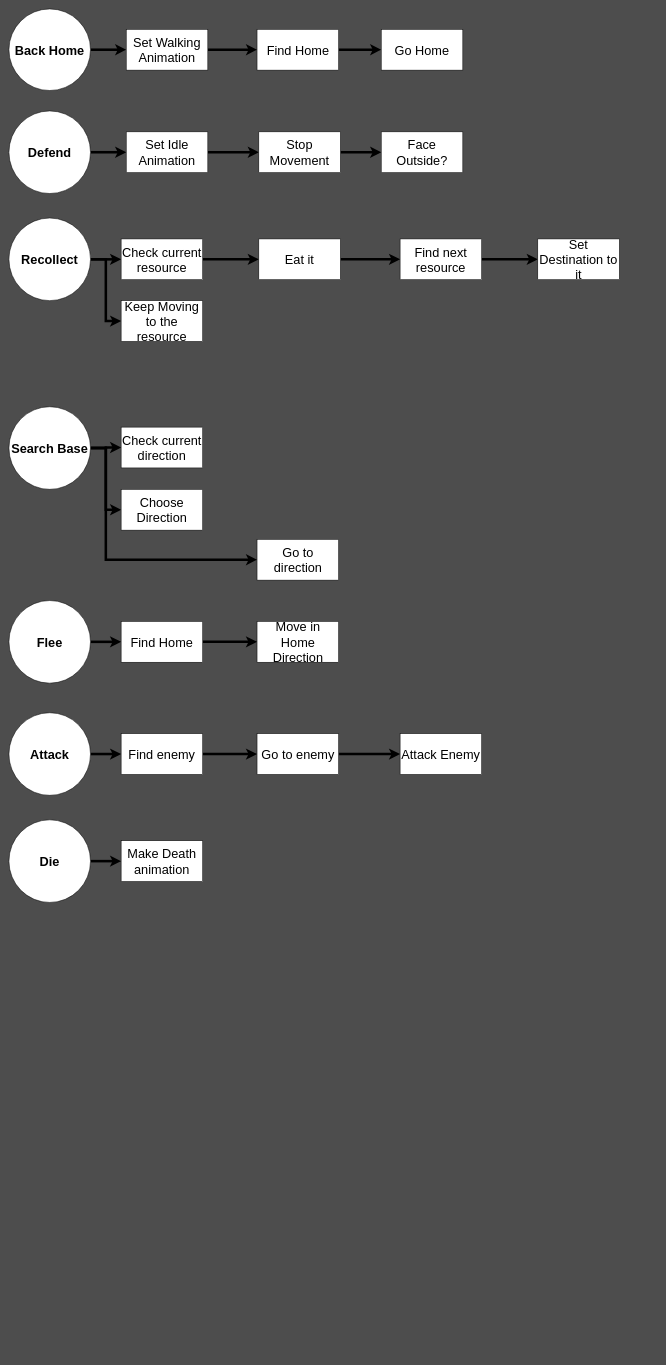
The draw.io diagram page "Actions" (3 of 5) of Design/Ant.drawio in arturo101199/GardenBattle, before the edit. Source tidied: cells renumbered, new cells numbered last; positions are measured from the earlier drawing's top-left corner, leaving out a move shared by most shapes. Both pictures are drawn from the tidied source at 51%, with x=0, y=0 at pixel (9, 9).
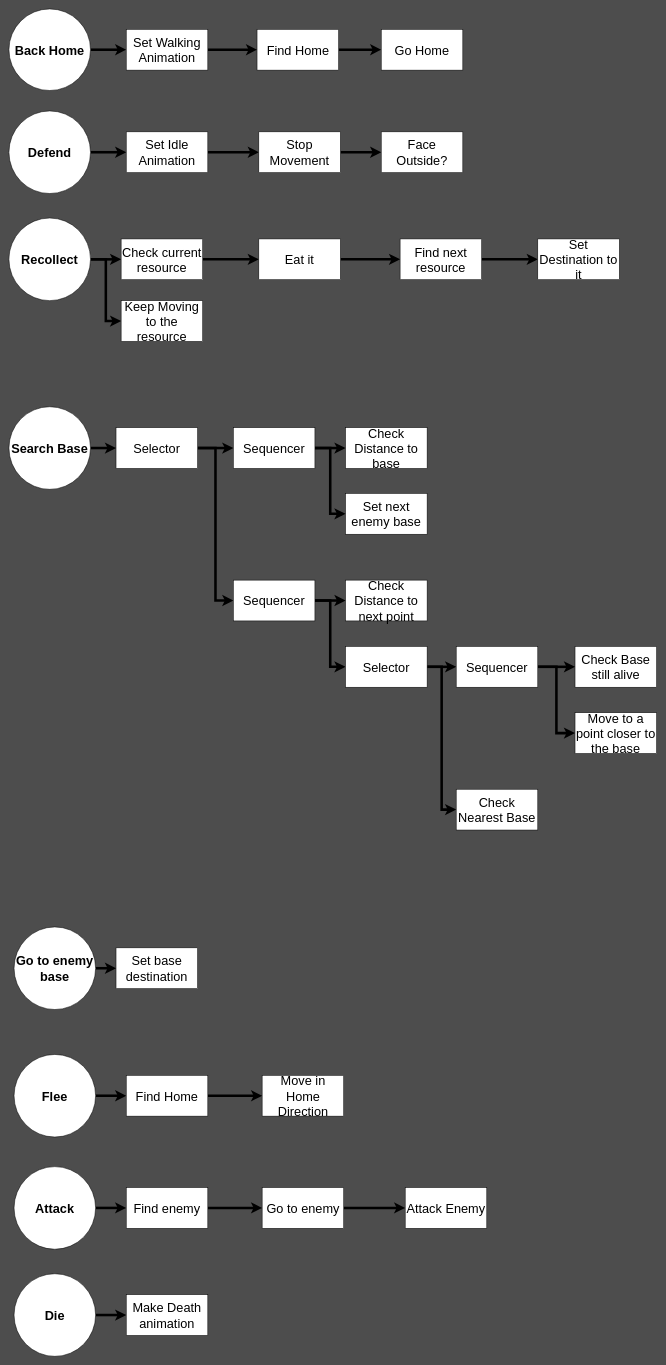
Above is the later version.

Unchanged cells that the change refers to:
```xml
<mxCell id="29" value="&lt;font style=&quot;font-size: 25px&quot;&gt;&lt;b&gt;Search Base&lt;br&gt;&lt;/b&gt;&lt;/font&gt;" style="ellipse;whiteSpace=wrap;html=1;" parent="1" vertex="1">
  <mxGeometry y="780" width="160" height="162" as="geometry" />
</mxCell>
```

Diff of the diagram source:
```diff
@@
-    <mxCell id="26" style="edgeStyle=orthogonalEdgeStyle;rounded=0;jettySize=auto;html=1;exitX=1;exitY=0.5;exitDx=0;exitDy=0;strokeWidth=5;" parent="1" edge="1" source="29" target="32">
-      <mxGeometry relative="1" as="geometry" />
-    </mxCell>
-    <mxCell id="27" style="edgeStyle=orthogonalEdgeStyle;rounded=0;jettySize=auto;html=1;exitX=1;exitY=0.5;exitDx=0;exitDy=0;entryX=0;entryY=0.5;entryDx=0;entryDy=0;strokeWidth=5;" parent="1" edge="1" source="29" target="30">
-      <mxGeometry relative="1" as="geometry" />
-    </mxCell>
-    <mxCell id="28" style="edgeStyle=orthogonalEdgeStyle;rounded=0;jettySize=auto;html=1;exitX=1;exitY=0.5;exitDx=0;exitDy=0;entryX=0;entryY=0.5;entryDx=0;entryDy=0;strokeWidth=5;" parent="1" edge="1" source="29" target="31">
-      <mxGeometry relative="1" as="geometry">
-        <Array as="points">
-          <mxPoint x="190" y="861" />
-          <mxPoint x="190" y="1080" />
-        </Array>
-      </mxGeometry>
-    </mxCell>
+    <mxCell id="49" style="edgeStyle=none;rounded=0;jettySize=auto;html=1;exitX=1;exitY=0.5;exitDx=0;exitDy=0;entryX=0;entryY=0.5;entryDx=0;entryDy=0;strokeWidth=5;" parent="1" edge="1" source="29" target="59">
+      <mxGeometry relative="1" as="geometry" />
+    </mxCell>
@@
-    <mxCell id="30" value="&lt;font style=&quot;font-size: 25px&quot;&gt;Choose Direction&lt;/font&gt;" style="rounded=0;whiteSpace=wrap;html=1;" parent="1" vertex="1">
-      <mxGeometry x="220" y="942" width="160" height="80" as="geometry" />
+    <mxCell id="30" value="&lt;font style=&quot;font-size: 25px&quot;&gt;Check Nearest Base&lt;/font&gt;" style="rounded=0;whiteSpace=wrap;html=1;" parent="1" vertex="1">
+      <mxGeometry x="877" y="1530" width="160" height="80" as="geometry" />
     </mxCell>
-    <mxCell id="31" value="&lt;font style=&quot;font-size: 25px&quot;&gt;Go to direction&lt;/font&gt;" style="rounded=0;whiteSpace=wrap;html=1;" parent="1" vertex="1">
-      <mxGeometry x="486.5" y="1040" width="160" height="80" as="geometry" />
-    </mxCell>
-    <mxCell id="32" value="&lt;font style=&quot;font-size: 25px&quot;&gt;Check current direction&lt;/font&gt;" style="rounded=0;whiteSpace=wrap;html=1;" parent="1" vertex="1">
-      <mxGeometry x="220" y="820" width="160" height="80" as="geometry" />
+    <mxCell id="32" value="&lt;font style=&quot;font-size: 25px&quot;&gt;Check Base still alive&lt;br&gt;&lt;/font&gt;" style="rounded=0;whiteSpace=wrap;html=1;" parent="1" vertex="1">
+      <mxGeometry x="1110" y="1250" width="160" height="80" as="geometry" />
     </mxCell>
@@
     <mxCell id="34" value="&lt;font style=&quot;font-size: 25px&quot;&gt;&lt;b&gt;Flee&lt;br&gt;&lt;/b&gt;&lt;/font&gt;" style="ellipse;whiteSpace=wrap;html=1;" parent="1" vertex="1">
-      <mxGeometry y="1160" width="160" height="162" as="geometry" />
+      <mxGeometry x="10" y="2050" width="160" height="162" as="geometry" />
     </mxCell>
@@
     <mxCell id="36" value="&lt;font style=&quot;font-size: 25px&quot;&gt;Find Home&lt;/font&gt;" style="rounded=0;whiteSpace=wrap;html=1;" parent="1" vertex="1">
-      <mxGeometry x="220" y="1201" width="160" height="80" as="geometry" />
+      <mxGeometry x="230" y="2091" width="160" height="80" as="geometry" />
     </mxCell>
     <mxCell id="37" value="&lt;font style=&quot;font-size: 25px&quot;&gt;Move in Home Direction&lt;/font&gt;" style="rounded=0;whiteSpace=wrap;html=1;" parent="1" vertex="1">
-      <mxGeometry x="486.5" y="1201" width="160" height="80" as="geometry" />
+      <mxGeometry x="496.5" y="2091" width="160" height="80" as="geometry" />
     </mxCell>
@@
     <mxCell id="39" value="&lt;font style=&quot;font-size: 25px&quot;&gt;&lt;b&gt;Attack&lt;br&gt;&lt;/b&gt;&lt;/font&gt;" style="ellipse;whiteSpace=wrap;html=1;" parent="1" vertex="1">
-      <mxGeometry y="1380" width="160" height="162" as="geometry" />
+      <mxGeometry x="10" y="2270" width="160" height="162" as="geometry" />
     </mxCell>
@@
     <mxCell id="41" value="&lt;font style=&quot;font-size: 25px&quot;&gt;Find enemy&lt;/font&gt;" style="rounded=0;whiteSpace=wrap;html=1;" parent="1" vertex="1">
-      <mxGeometry x="220" y="1421" width="160" height="80" as="geometry" />
+      <mxGeometry x="230" y="2311" width="160" height="80" as="geometry" />
     </mxCell>
@@
     <mxCell id="43" value="&lt;font style=&quot;font-size: 25px&quot;&gt;Go to enemy&lt;/font&gt;" style="rounded=0;whiteSpace=wrap;html=1;" parent="1" vertex="1">
-      <mxGeometry x="486.5" y="1421" width="160" height="80" as="geometry" />
+      <mxGeometry x="496.5" y="2311" width="160" height="80" as="geometry" />
     </mxCell>
     <mxCell id="44" value="&lt;font style=&quot;font-size: 25px&quot;&gt;Attack Enemy&lt;/font&gt;" style="rounded=0;whiteSpace=wrap;html=1;" parent="1" vertex="1">
-      <mxGeometry x="767" y="1421" width="160" height="80" as="geometry" />
+      <mxGeometry x="777" y="2311" width="160" height="80" as="geometry" />
     </mxCell>
@@
     <mxCell id="46" value="&lt;font style=&quot;font-size: 25px&quot;&gt;&lt;b&gt;Die&lt;br&gt;&lt;/b&gt;&lt;/font&gt;" style="ellipse;whiteSpace=wrap;html=1;" parent="1" vertex="1">
-      <mxGeometry y="1590" width="160" height="162" as="geometry" />
+      <mxGeometry x="10" y="2480" width="160" height="162" as="geometry" />
     </mxCell>
     <mxCell id="47" value="&lt;font style=&quot;font-size: 25px&quot;&gt;Make Death animation&lt;/font&gt;" style="rounded=0;whiteSpace=wrap;html=1;" parent="1" vertex="1">
-      <mxGeometry x="220" y="1631" width="160" height="80" as="geometry" />
+      <mxGeometry x="230" y="2521" width="160" height="80" as="geometry" />
     </mxCell>
@@
+    <mxCell id="50" value="&lt;font style=&quot;font-size: 25px&quot;&gt;Move to a point closer to the base&lt;br&gt;&lt;/font&gt;" style="rounded=0;whiteSpace=wrap;html=1;" parent="1" vertex="1">
+      <mxGeometry x="1110" y="1380" width="160" height="80" as="geometry" />
+    </mxCell>
+    <mxCell id="51" value="&lt;font style=&quot;font-size: 25px&quot;&gt;Check Distance to next point&lt;br&gt;&lt;/font&gt;" style="rounded=0;whiteSpace=wrap;html=1;" parent="1" vertex="1">
+      <mxGeometry x="660" y="1120" width="160" height="80" as="geometry" />
+    </mxCell>
+    <mxCell id="52" style="edgeStyle=none;rounded=0;jettySize=auto;html=1;exitX=1;exitY=0.5;exitDx=0;exitDy=0;entryX=0;entryY=0.5;entryDx=0;entryDy=0;strokeWidth=5;" parent="1" edge="1" source="53" target="54">
+      <mxGeometry relative="1" as="geometry" />
+    </mxCell>
+    <mxCell id="53" value="&lt;font style=&quot;font-size: 25px&quot;&gt;&lt;b&gt;Go to enemy base&lt;br&gt;&lt;/b&gt;&lt;/font&gt;" style="ellipse;whiteSpace=wrap;html=1;" parent="1" vertex="1">
+      <mxGeometry x="10" y="1800" width="160" height="162" as="geometry" />
+    </mxCell>
+    <mxCell id="54" value="&lt;font style=&quot;font-size: 25px&quot;&gt;Set base destination&lt;/font&gt;" style="rounded=0;whiteSpace=wrap;html=1;" parent="1" vertex="1">
+      <mxGeometry x="210" y="1841" width="160" height="80" as="geometry" />
+    </mxCell>
+    <mxCell id="55" value="&lt;font style=&quot;font-size: 25px&quot;&gt;Check Distance to base&lt;br&gt;&lt;/font&gt;" style="rounded=0;whiteSpace=wrap;html=1;" parent="1" vertex="1">
+      <mxGeometry x="660" y="821" width="160" height="80" as="geometry" />
+    </mxCell>
+    <mxCell id="56" value="&lt;font style=&quot;font-size: 25px&quot;&gt;Set next enemy base&lt;br&gt;&lt;/font&gt;" style="rounded=0;whiteSpace=wrap;html=1;" parent="1" vertex="1">
+      <mxGeometry x="660" y="950" width="160" height="80" as="geometry" />
+    </mxCell>
+    <mxCell id="57" style="edgeStyle=none;rounded=0;jettySize=auto;html=1;exitX=1;exitY=0.5;exitDx=0;exitDy=0;entryX=0;entryY=0.5;entryDx=0;entryDy=0;strokeWidth=5;" parent="1" edge="1" source="59" target="62">
+      <mxGeometry relative="1" as="geometry" />
+    </mxCell>
+    <mxCell id="58" style="edgeStyle=orthogonalEdgeStyle;rounded=0;jettySize=auto;html=1;exitX=1;exitY=0.5;exitDx=0;exitDy=0;entryX=0;entryY=0.5;entryDx=0;entryDy=0;strokeWidth=5;" parent="1" edge="1" source="59" target="65">
+      <mxGeometry relative="1" as="geometry" />
+    </mxCell>
+    <mxCell id="59" value="&lt;font style=&quot;font-size: 25px&quot;&gt;Selector&lt;br&gt;&lt;/font&gt;" style="rounded=0;whiteSpace=wrap;html=1;" parent="1" vertex="1">
+      <mxGeometry x="210" y="821" width="160" height="80" as="geometry" />
+    </mxCell>
+    <mxCell id="60" style="edgeStyle=orthogonalEdgeStyle;rounded=0;jettySize=auto;html=1;exitX=1;exitY=0.5;exitDx=0;exitDy=0;entryX=0;entryY=0.5;entryDx=0;entryDy=0;strokeWidth=5;" parent="1" edge="1" source="62" target="55">
+      <mxGeometry relative="1" as="geometry" />
+    </mxCell>
+    <mxCell id="61" style="edgeStyle=orthogonalEdgeStyle;rounded=0;jettySize=auto;html=1;exitX=1;exitY=0.5;exitDx=0;exitDy=0;entryX=0;entryY=0.5;entryDx=0;entryDy=0;strokeWidth=5;" parent="1" edge="1" source="62" target="56">
+      <mxGeometry relative="1" as="geometry" />
+    </mxCell>
+    <mxCell id="62" value="&lt;font style=&quot;font-size: 25px&quot;&gt;Sequencer&lt;br&gt;&lt;/font&gt;" style="rounded=0;whiteSpace=wrap;html=1;" parent="1" vertex="1">
+      <mxGeometry x="440" y="821" width="160" height="80" as="geometry" />
+    </mxCell>
+    <mxCell id="63" style="edgeStyle=orthogonalEdgeStyle;rounded=0;jettySize=auto;html=1;exitX=1;exitY=0.5;exitDx=0;exitDy=0;entryX=0;entryY=0.5;entryDx=0;entryDy=0;strokeWidth=5;" parent="1" edge="1" source="65" target="51">
+      <mxGeometry relative="1" as="geometry" />
+    </mxCell>
+    <mxCell id="64" style="edgeStyle=orthogonalEdgeStyle;rounded=0;jettySize=auto;html=1;exitX=1;exitY=0.5;exitDx=0;exitDy=0;entryX=0;entryY=0.5;entryDx=0;entryDy=0;strokeWidth=5;" parent="1" edge="1" source="65" target="68">
+      <mxGeometry relative="1" as="geometry" />
+    </mxCell>
+    <mxCell id="65" value="&lt;font style=&quot;font-size: 25px&quot;&gt;Sequencer&lt;br&gt;&lt;/font&gt;" style="rounded=0;whiteSpace=wrap;html=1;" parent="1" vertex="1">
+      <mxGeometry x="440" y="1120" width="160" height="80" as="geometry" />
+    </mxCell>
+    <mxCell id="66" style="edgeStyle=orthogonalEdgeStyle;rounded=0;jettySize=auto;html=1;exitX=1;exitY=0.5;exitDx=0;exitDy=0;entryX=0;entryY=0.5;entryDx=0;entryDy=0;strokeWidth=5;" parent="1" edge="1" source="68" target="71">
+      <mxGeometry relative="1" as="geometry" />
+    </mxCell>
+    <mxCell id="67" style="edgeStyle=orthogonalEdgeStyle;rounded=0;jettySize=auto;html=1;exitX=1;exitY=0.5;exitDx=0;exitDy=0;entryX=0;entryY=0.5;entryDx=0;entryDy=0;strokeWidth=5;" parent="1" edge="1" source="68" target="30">
+      <mxGeometry relative="1" as="geometry" />
+    </mxCell>
+    <mxCell id="68" value="&lt;font style=&quot;font-size: 25px&quot;&gt;Selector&lt;br&gt;&lt;/font&gt;" style="rounded=0;whiteSpace=wrap;html=1;" parent="1" vertex="1">
+      <mxGeometry x="660" y="1250" width="160" height="80" as="geometry" />
+    </mxCell>
+    <mxCell id="69" style="edgeStyle=orthogonalEdgeStyle;rounded=0;jettySize=auto;html=1;exitX=1;exitY=0.5;exitDx=0;exitDy=0;entryX=0;entryY=0.5;entryDx=0;entryDy=0;strokeWidth=5;" parent="1" edge="1" source="71" target="32">
+      <mxGeometry relative="1" as="geometry" />
+    </mxCell>
+    <mxCell id="70" style="edgeStyle=orthogonalEdgeStyle;rounded=0;jettySize=auto;html=1;exitX=1;exitY=0.5;exitDx=0;exitDy=0;entryX=0;entryY=0.5;entryDx=0;entryDy=0;strokeWidth=5;" parent="1" edge="1" source="71" target="50">
+      <mxGeometry relative="1" as="geometry" />
+    </mxCell>
+    <mxCell id="71" value="&lt;font style=&quot;font-size: 25px&quot;&gt;Sequencer&lt;br&gt;&lt;/font&gt;" style="rounded=0;whiteSpace=wrap;html=1;" parent="1" vertex="1">
+      <mxGeometry x="877" y="1250" width="160" height="80" as="geometry" />
+    </mxCell>
```
